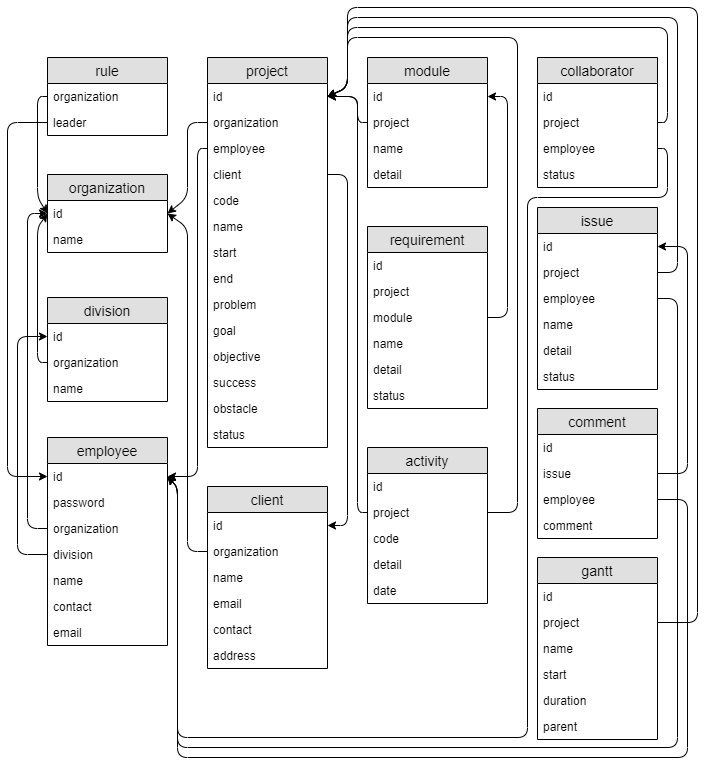
This is data.png from filkom-ub-skripsi/Collaborative-Project-Management, a draw.io export, as it was before one commit. Source tidied: cells renumbered, new cells last; positions are measured from the earlier drawing's top-left corner, leaving out a move shared by most shapes.
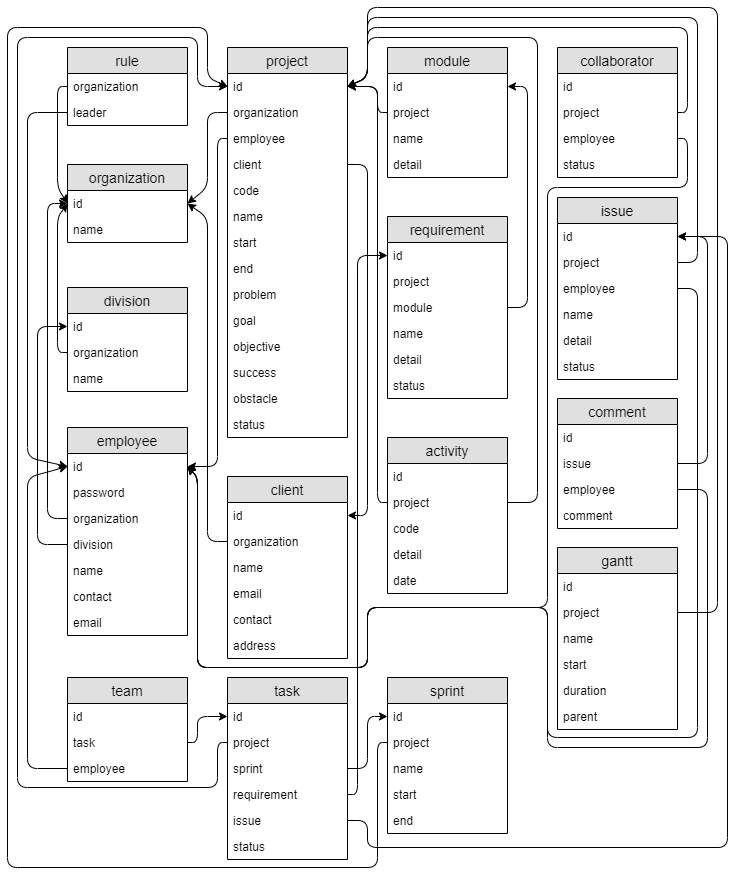
After the change.

Diff of the diagram source:
```diff
@@ -92,7 +92,7 @@
       <mxGeometry relative="1" as="geometry">
         <Array as="points">
           <mxPoint y="115" />
-          <mxPoint y="469" />
+          <mxPoint y="460" />
         </Array>
       </mxGeometry>
     </mxCell>
@@ -268,8 +268,8 @@
       <mxGeometry relative="1" as="geometry">
         <Array as="points">
           <mxPoint x="510" y="505" />
-          <mxPoint x="510" y="30" />
-          <mxPoint x="340" y="30" />
+          <mxPoint x="510" y="40" />
+          <mxPoint x="340" y="40" />
           <mxPoint x="340" y="80" />
         </Array>
       </mxGeometry>
@@ -293,8 +293,8 @@
       <mxGeometry relative="1" as="geometry">
         <Array as="points">
           <mxPoint x="660" y="115" />
-          <mxPoint x="660" y="20" />
-          <mxPoint x="340" y="20" />
+          <mxPoint x="660" y="30" />
+          <mxPoint x="340" y="30" />
           <mxPoint x="340" y="80" />
         </Array>
       </mxGeometry>
@@ -305,8 +305,10 @@
           <mxPoint x="660" y="141" />
           <mxPoint x="660" y="190" />
           <mxPoint x="520" y="190" />
-          <mxPoint x="520" y="730" />
-          <mxPoint x="170" y="730" />
+          <mxPoint x="520" y="610" />
+          <mxPoint x="340" y="610" />
+          <mxPoint x="340" y="670" />
+          <mxPoint x="170" y="670" />
           <mxPoint x="170" y="480" />
         </Array>
       </mxGeometry>
@@ -336,8 +338,8 @@
       <mxGeometry relative="1" as="geometry">
         <Array as="points">
           <mxPoint x="670" y="265" />
-          <mxPoint x="670" y="10" />
-          <mxPoint x="340" y="10" />
+          <mxPoint x="670" y="20" />
+          <mxPoint x="340" y="20" />
           <mxPoint x="340" y="80" />
         </Array>
       </mxGeometry>
@@ -347,7 +349,11 @@
         <Array as="points">
           <mxPoint x="670" y="291" />
           <mxPoint x="670" y="740" />
-          <mxPoint x="170" y="740" />
+          <mxPoint x="520" y="740" />
+          <mxPoint x="520" y="610" />
+          <mxPoint x="340" y="610" />
+          <mxPoint x="340" y="670" />
+          <mxPoint x="170" y="670" />
           <mxPoint x="170" y="480" />
         </Array>
       </mxGeometry>
@@ -388,7 +394,11 @@
         <Array as="points">
           <mxPoint x="680" y="492" />
           <mxPoint x="680" y="750" />
-          <mxPoint x="170" y="750" />
+          <mxPoint x="520" y="750" />
+          <mxPoint x="520" y="610" />
+          <mxPoint x="340" y="610" />
+          <mxPoint x="340" y="670" />
+          <mxPoint x="170" y="670" />
           <mxPoint x="170" y="480" />
         </Array>
       </mxGeometry>
@@ -419,11 +429,128 @@
         <mxPoint x="320" y="89" as="targetPoint" />
         <Array as="points">
           <mxPoint x="690" y="615" />
-          <mxPoint x="690" />
-          <mxPoint x="340" />
+          <mxPoint x="690" y="10" />
+          <mxPoint x="340" y="10" />
           <mxPoint x="340" y="80" />
         </Array>
       </mxGeometry>
     </mxCell>
+    <mxCell id="104" value="task" style="swimlane;fontStyle=0;horizontal=1;startSize=26;fillColor=#e0e0e0;swimlaneFillColor=#ffffff;align=center;fontSize=14;" parent="1" vertex="1">
+      <mxGeometry x="200" y="680" width="120" height="182" as="geometry" />
+    </mxCell>
+    <mxCell id="105" value="id" style="text;strokeColor=none;fillColor=none;spacingLeft=4;spacingRight=4;overflow=hidden;points=[[0,0.5],[1,0.5]];portConstraint=eastwest;fontSize=12;" parent="104" vertex="1">
+      <mxGeometry y="26" width="120" height="26" as="geometry" />
+    </mxCell>
+    <mxCell id="106" value="project" style="text;strokeColor=none;fillColor=none;spacingLeft=4;spacingRight=4;overflow=hidden;points=[[0,0.5],[1,0.5]];portConstraint=eastwest;fontSize=12;" parent="104" vertex="1">
+      <mxGeometry y="52" width="120" height="26" as="geometry" />
+    </mxCell>
+    <mxCell id="107" value="sprint" style="text;strokeColor=none;fillColor=none;spacingLeft=4;spacingRight=4;overflow=hidden;points=[[0,0.5],[1,0.5]];portConstraint=eastwest;fontSize=12;" parent="104" vertex="1">
+      <mxGeometry y="78" width="120" height="26" as="geometry" />
+    </mxCell>
+    <mxCell id="108" value="requirement" style="text;strokeColor=none;fillColor=none;spacingLeft=4;spacingRight=4;overflow=hidden;points=[[0,0.5],[1,0.5]];portConstraint=eastwest;fontSize=12;" parent="104" vertex="1">
+      <mxGeometry y="104" width="120" height="26" as="geometry" />
+    </mxCell>
+    <mxCell id="109" value="issue" style="text;strokeColor=none;fillColor=none;spacingLeft=4;spacingRight=4;overflow=hidden;points=[[0,0.5],[1,0.5]];portConstraint=eastwest;fontSize=12;" parent="104" vertex="1">
+      <mxGeometry y="130" width="120" height="26" as="geometry" />
+    </mxCell>
+    <mxCell id="110" value="status" style="text;strokeColor=none;fillColor=none;spacingLeft=4;spacingRight=4;overflow=hidden;fontSize=12;" parent="104" vertex="1">
+      <mxGeometry y="156" width="120" height="26" as="geometry" />
+    </mxCell>
+    <mxCell id="111" value="sprint" style="swimlane;fontStyle=0;horizontal=1;startSize=26;fillColor=#e0e0e0;swimlaneFillColor=#ffffff;align=center;fontSize=14;" parent="1" vertex="1">
+      <mxGeometry x="360" y="680" width="120" height="156" as="geometry" />
+    </mxCell>
+    <mxCell id="112" value="id" style="text;strokeColor=none;fillColor=none;spacingLeft=4;spacingRight=4;overflow=hidden;points=[[0,0.5],[1,0.5]];portConstraint=eastwest;fontSize=12;" parent="111" vertex="1">
+      <mxGeometry y="26" width="120" height="26" as="geometry" />
+    </mxCell>
+    <mxCell id="113" value="project" style="text;strokeColor=none;fillColor=none;spacingLeft=4;spacingRight=4;overflow=hidden;points=[[0,0.5],[1,0.5]];portConstraint=eastwest;fontSize=12;" parent="111" vertex="1">
+      <mxGeometry y="52" width="120" height="26" as="geometry" />
+    </mxCell>
+    <mxCell id="114" value="name" style="text;strokeColor=none;fillColor=none;spacingLeft=4;spacingRight=4;overflow=hidden;fontSize=12;" parent="111" vertex="1">
+      <mxGeometry y="78" width="120" height="26" as="geometry" />
+    </mxCell>
+    <mxCell id="115" value="start" style="text;strokeColor=none;fillColor=none;spacingLeft=4;spacingRight=4;overflow=hidden;fontSize=12;" parent="111" vertex="1">
+      <mxGeometry y="104" width="120" height="26" as="geometry" />
+    </mxCell>
+    <mxCell id="116" value="end" style="text;strokeColor=none;fillColor=none;spacingLeft=4;spacingRight=4;overflow=hidden;fontSize=12;" parent="111" vertex="1">
+      <mxGeometry y="130" width="120" height="26" as="geometry" />
+    </mxCell>
+    <mxCell id="117" value="team" style="swimlane;fontStyle=0;horizontal=1;startSize=26;fillColor=#e0e0e0;swimlaneFillColor=#ffffff;align=center;fontSize=14;" parent="1" vertex="1">
+      <mxGeometry x="40" y="680" width="120" height="104" as="geometry" />
+    </mxCell>
+    <mxCell id="118" value="id" style="text;strokeColor=none;fillColor=none;spacingLeft=4;spacingRight=4;overflow=hidden;fontSize=12;" parent="117" vertex="1">
+      <mxGeometry y="26" width="120" height="26" as="geometry" />
+    </mxCell>
+    <mxCell id="119" value="task" style="text;strokeColor=none;fillColor=none;spacingLeft=4;spacingRight=4;overflow=hidden;points=[[0,0.5],[1,0.5]];portConstraint=eastwest;fontSize=12;" parent="117" vertex="1">
+      <mxGeometry y="52" width="120" height="26" as="geometry" />
+    </mxCell>
+    <mxCell id="120" value="employee" style="text;strokeColor=none;fillColor=none;spacingLeft=4;spacingRight=4;overflow=hidden;points=[[0,0.5],[1,0.5]];portConstraint=eastwest;fontSize=12;" parent="117" vertex="1">
+      <mxGeometry y="78" width="120" height="26" as="geometry" />
+    </mxCell>
+    <mxCell id="121" style="endArrow=classic;html=1;entryX=0;entryY=0.5;entryDx=0;entryDy=0;exitX=1;exitY=0.5;exitDx=0;exitDy=0;" parent="1" edge="1" source="119" target="105">
+      <mxGeometry relative="1" as="geometry">
+        <Array as="points">
+          <mxPoint x="170" y="745" />
+          <mxPoint x="170" y="719" />
+        </Array>
+      </mxGeometry>
+    </mxCell>
+    <mxCell id="122" style="endArrow=classic;html=1;entryX=0;entryY=0.5;entryDx=0;entryDy=0;exitX=0;exitY=0.5;exitDx=0;exitDy=0;" parent="1" edge="1" source="120" target="10">
+      <mxGeometry relative="1" as="geometry">
+        <Array as="points">
+          <mxPoint y="771" />
+          <mxPoint y="480" />
+        </Array>
+      </mxGeometry>
+    </mxCell>
+    <mxCell id="123" style="endArrow=classic;html=1;exitX=0;exitY=0.5;exitDx=0;exitDy=0;entryX=0;entryY=0.5;entryDx=0;entryDy=0;" parent="1" edge="1" source="106" target="33">
+      <mxGeometry relative="1" as="geometry">
+        <Array as="points">
+          <mxPoint x="190" y="745" />
+          <mxPoint x="190" y="790" />
+          <mxPoint x="-10" y="790" />
+          <mxPoint x="-10" y="40" />
+          <mxPoint x="170" y="40" />
+          <mxPoint x="170" y="89" />
+        </Array>
+      </mxGeometry>
+    </mxCell>
+    <mxCell id="124" style="endArrow=classic;html=1;exitX=0;exitY=0.5;exitDx=0;exitDy=0;entryX=0;entryY=0.5;entryDx=0;entryDy=0;" parent="1" edge="1" source="113" target="33">
+      <mxGeometry relative="1" as="geometry">
+        <Array as="points">
+          <mxPoint x="350" y="745" />
+          <mxPoint x="350" y="870" />
+          <mxPoint x="-20" y="870" />
+          <mxPoint x="-20" y="30" />
+          <mxPoint x="180" y="30" />
+          <mxPoint x="180" y="80" />
+        </Array>
+      </mxGeometry>
+    </mxCell>
+    <mxCell id="125" style="endArrow=classic;html=1;entryX=0;entryY=0.5;entryDx=0;entryDy=0;exitX=1;exitY=0.5;exitDx=0;exitDy=0;" parent="1" edge="1" source="107" target="112">
+      <mxGeometry relative="1" as="geometry">
+        <Array as="points">
+          <mxPoint x="340" y="771" />
+          <mxPoint x="340" y="719" />
+        </Array>
+      </mxGeometry>
+    </mxCell>
+    <mxCell id="126" style="endArrow=classic;html=1;exitX=1;exitY=0.5;exitDx=0;exitDy=0;entryX=0;entryY=0.5;entryDx=0;entryDy=0;" parent="1" edge="1" source="108" target="57">
+      <mxGeometry relative="1" as="geometry">
+        <Array as="points">
+          <mxPoint x="330" y="797" />
+          <mxPoint x="330" y="258" />
+        </Array>
+      </mxGeometry>
+    </mxCell>
+    <mxCell id="127" style="endArrow=classic;html=1;exitX=1;exitY=0.5;exitDx=0;exitDy=0;entryX=1;entryY=0.5;entryDx=0;entryDy=0;" parent="1" edge="1" source="109" target="80">
+      <mxGeometry relative="1" as="geometry">
+        <Array as="points">
+          <mxPoint x="340" y="823" />
+          <mxPoint x="340" y="850" />
+          <mxPoint x="700" y="850" />
+          <mxPoint x="700" y="239" />
+        </Array>
+      </mxGeometry>
+    </mxCell>
   </root>
 </mxGraphModel>
```
